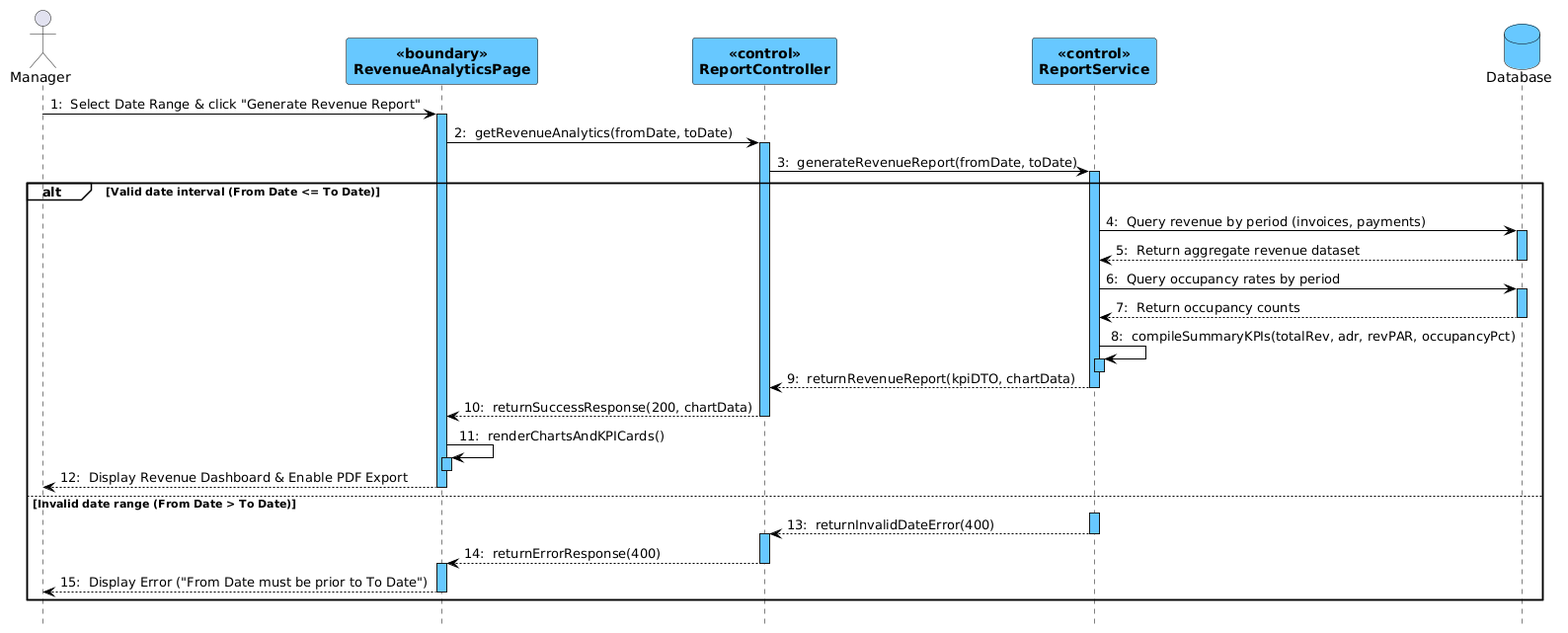
The PlantUML diagram docs/Class + Sequence/seq_46_report.png in hieupeek/sba_doc, before a commit.
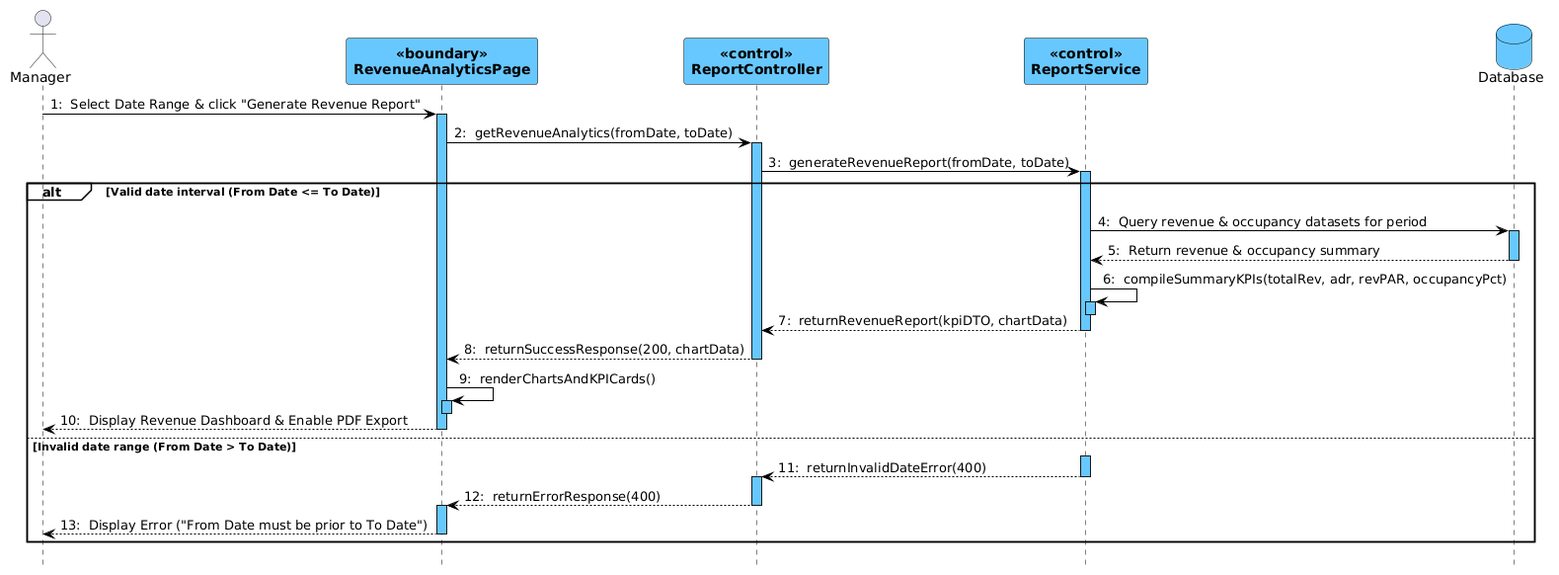
The same diagram one commit later.

Commit message:
docs: streamline database interactions to transaction-level operations in sequence diagrams

What changed in the source:
```diff
@@ -39,14 +39,9 @@
 activate ReportService
 
 alt Valid date interval (From Date <= To Date)
-    ReportService -> Database : Query revenue by period (invoices, payments)
+    ReportService -> Database : Query revenue & occupancy datasets for period
     activate Database
-    Database --> ReportService : Return aggregate revenue dataset
-    deactivate Database
-
-    ReportService -> Database : Query occupancy rates by period
-    activate Database
-    Database --> ReportService : Return occupancy counts
+    Database --> ReportService : Return revenue & occupancy summary
     deactivate Database
 
     ReportService -> ReportService : compileSummaryKPIs(totalRev, adr, revPAR, occupancyPct)
```
